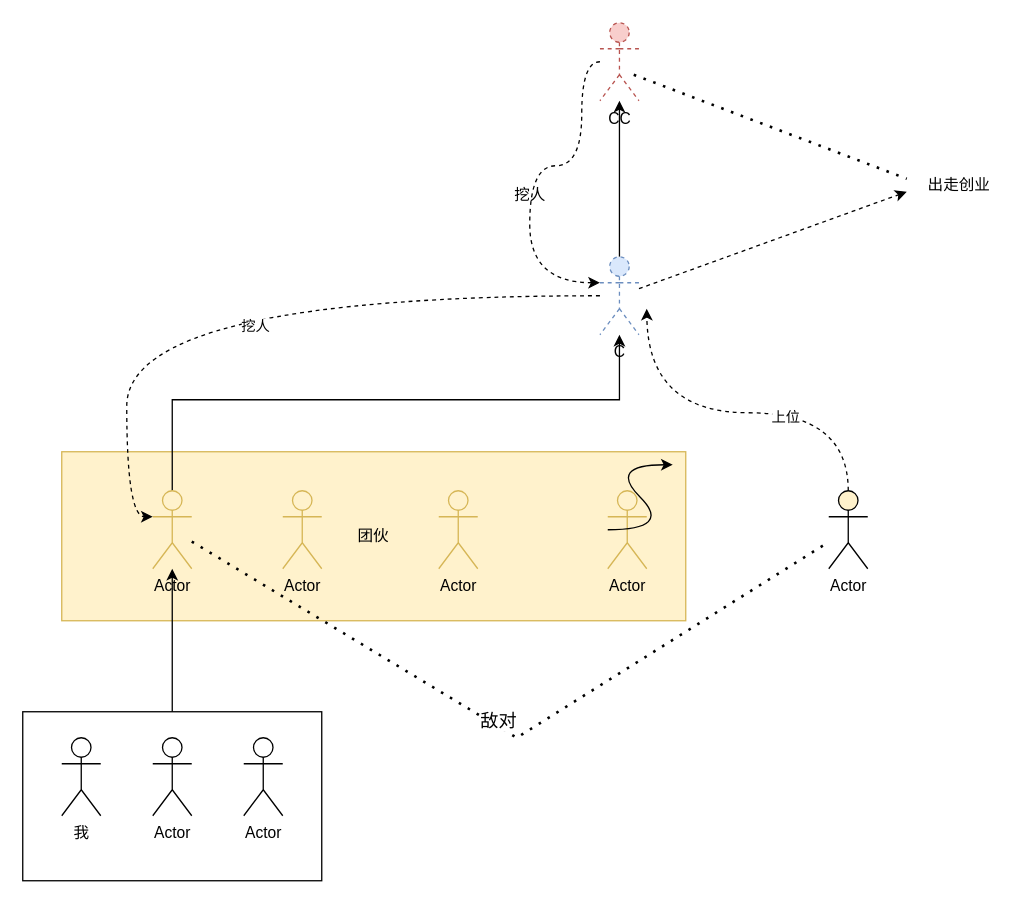
Above: diagram/公司架构.drawio in DogerRain/image (draw.io), before the change. Source tidied: cells renumbered, new cells numbered last; positions are measured from the earlier drawing's top-left corner, leaving out a move shared by most shapes. Both pictures are drawn from the tidied source at 130%, with x=0, y=0 at pixel (22, 22).
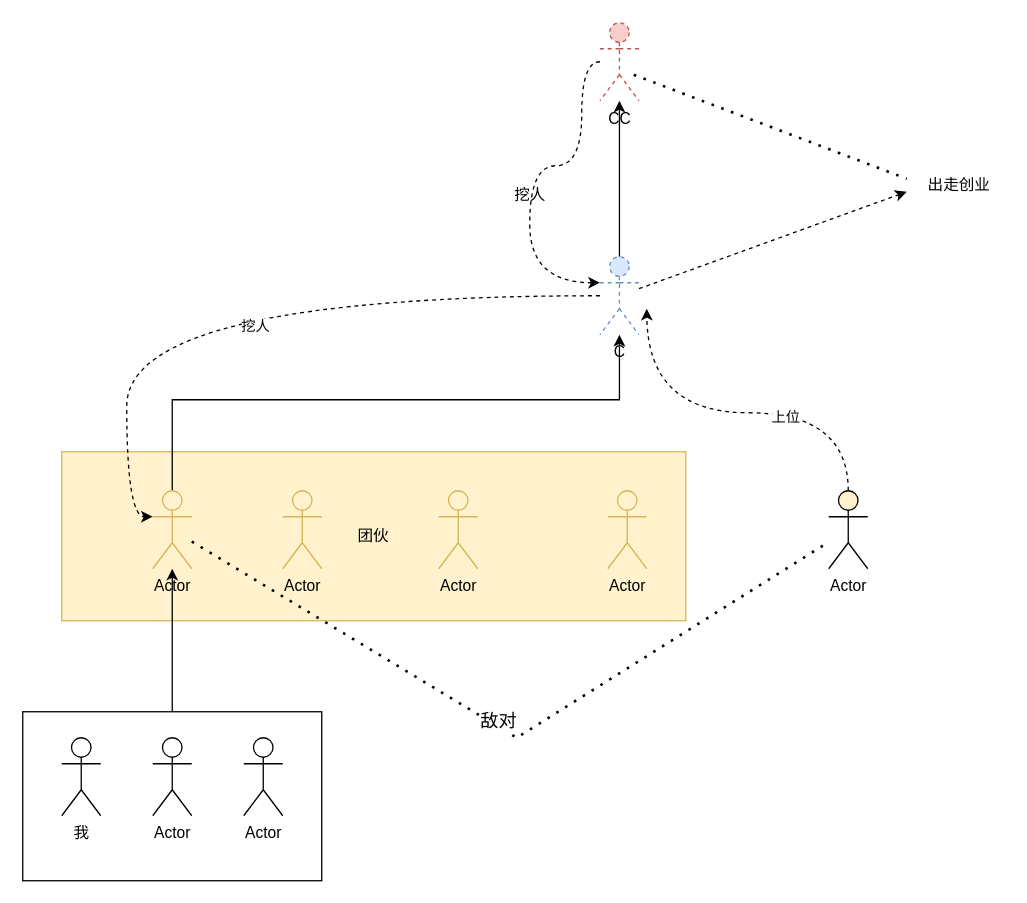
The same diagram, later.

Commit message:
更新公司架构.drawio

Change to the diagram source:
```diff
@@
-    <mxCell id="24" style="curved=1;endArrow=classic;html=1;rounded=0;" parent="1" edge="1">
-      <mxGeometry relative="1" as="geometry">
-        <mxPoint x="450" y="390" as="sourcePoint" />
-        <mxPoint x="500" y="340" as="targetPoint" />
-        <Array as="points">
-          <mxPoint x="500" y="390" />
-          <mxPoint x="450" y="340" />
-        </Array>
-      </mxGeometry>
-    </mxCell>
```
